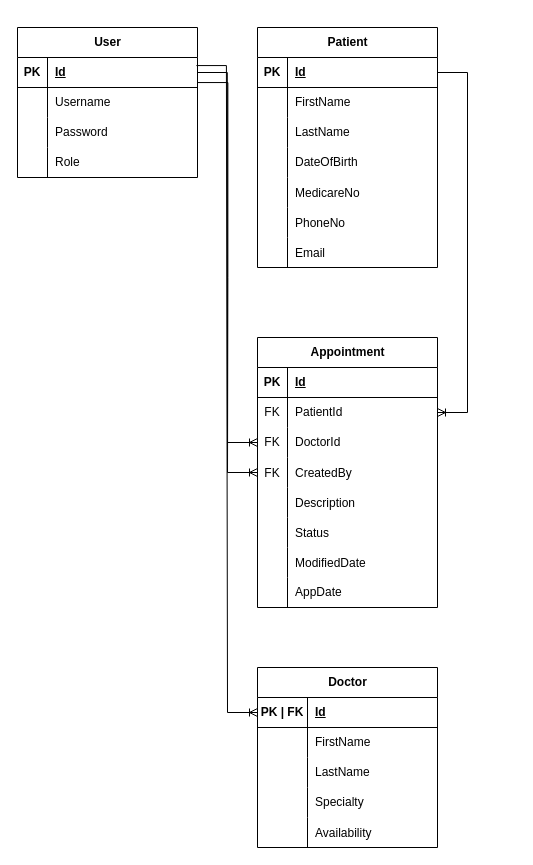
Before: ClinicMgmtApp_ERD.drawio in Aoof/clinic-mgmt-app, a draw.io diagram. Source tidied: cells renumbered, new cells numbered last; positions are measured from the earlier drawing's top-left corner, leaving out a move shared by most shapes. Both pictures are drawn from the tidied source at 100%, with x=0, y=0 at pixel (17, 27).
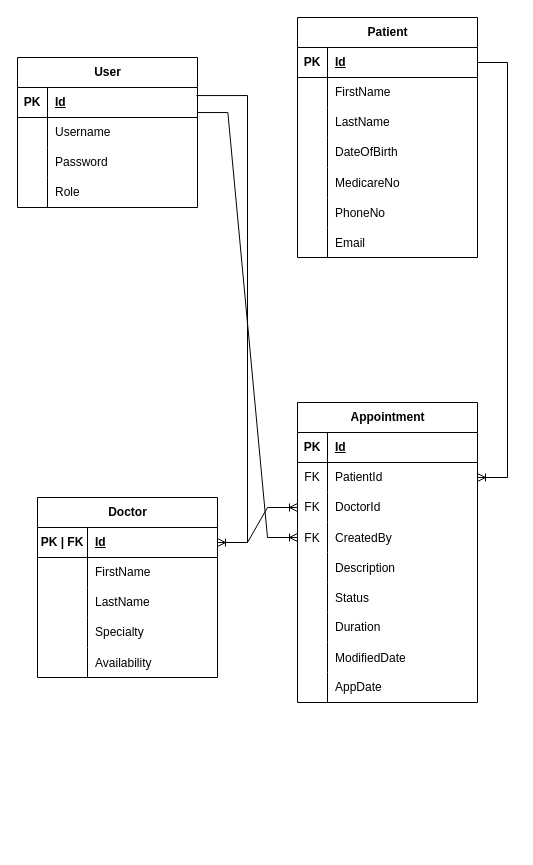
The same diagram, later.

Commit message (it also covers changes not shown here):
Included Diagrams and some minor changes to the AdminDashbaord

Unchanged cells that the change refers to:
```xml
<mxCell id="3" style="shape=tableRow;horizontal=0;startSize=0;swimlaneHead=0;swimlaneBody=0;fillColor=none;points=[[0,0.5],[1,0.5]];portConstraint=eastwest;top=0;left=0;right=0;bottom=1;" parent="2" vertex="1">
  <mxGeometry y="30" width="180" height="30" as="geometry" />
</mxCell>
<mxCell id="44" style="shape=tableRow;horizontal=0;startSize=0;swimlaneHead=0;swimlaneBody=0;fillColor=none;points=[[0,0.5],[1,0.5]];portConstraint=eastwest;top=0;left=0;right=0;bottom=0;" parent="37" vertex="1">
  <mxGeometry y="90" width="180" height="30" as="geometry" />
</mxCell>
<mxCell id="47" style="shape=tableRow;horizontal=0;startSize=0;swimlaneHead=0;swimlaneBody=0;fillColor=none;points=[[0,0.5],[1,0.5]];portConstraint=eastwest;top=0;left=0;right=0;bottom=0;" parent="37" vertex="1">
  <mxGeometry y="120" width="180" height="30" as="geometry" />
</mxCell>
```

Diff of the diagram source:
```diff
@@
     <mxCell id="2" value="User" style="shape=table;startSize=30;childLayout=tableLayout;rowLines=0;fontStyle=1;align=center;html=1;" parent="1" vertex="1">
-      <mxGeometry width="180" height="150" as="geometry" />
+      <mxGeometry y="30" width="180" height="150" as="geometry" />
     </mxCell>
@@
     <mxCell id="15" value="Patient" style="shape=table;startSize=30;childLayout=tableLayout;rowLines=0;fontStyle=1;align=center;html=1;" parent="1" vertex="1">
-      <mxGeometry x="240" width="180" height="240" as="geometry" />
+      <mxGeometry x="280" y="-10" width="180" height="240" as="geometry" />
     </mxCell>
@@
     <mxCell id="37" value="Appointment" style="shape=table;startSize=30;childLayout=tableLayout;rowLines=0;fontStyle=1;align=center;html=1;" parent="1" vertex="1">
-      <mxGeometry x="240" y="310" width="180" height="270" as="geometry" />
+      <mxGeometry x="280" y="375" width="180" height="300" as="geometry" />
     </mxCell>
@@
+    <mxCell id="82" style="shape=tableRow;horizontal=0;startSize=0;swimlaneHead=0;swimlaneBody=0;fillColor=none;top=0;left=0;right=0;bottom=0;" parent="37" vertex="1">
+      <mxGeometry y="210" width="180" height="30" as="geometry" />
+    </mxCell>
+    <mxCell id="83" style="shape=partialRectangle;fillColor=none;top=0;left=0;bottom=0;right=0;fontStyle=0;overflow=hidden;whiteSpace=wrap;html=1;" parent="82" vertex="1">
+      <mxGeometry width="30" height="30" as="geometry" />
+    </mxCell>
+    <mxCell id="84" value="Duration" style="shape=partialRectangle;fillColor=none;top=0;left=0;bottom=0;right=0;align=left;spacingLeft=6;fontStyle=0;overflow=hidden;whiteSpace=wrap;html=1;" parent="82" vertex="1">
+      <mxGeometry x="30" width="150" height="30" as="geometry" />
+    </mxCell>
     <mxCell id="56" style="shape=tableRow;horizontal=0;startSize=0;swimlaneHead=0;swimlaneBody=0;fillColor=none;top=0;left=0;right=0;bottom=0;" parent="37" vertex="1">
-      <mxGeometry y="210" width="180" height="30" as="geometry" />
+      <mxGeometry y="240" width="180" height="30" as="geometry" />
     </mxCell>
@@
     <mxCell id="59" style="shape=tableRow;horizontal=0;startSize=0;swimlaneHead=0;swimlaneBody=0;fillColor=none;top=0;left=0;right=0;bottom=0;" parent="37" vertex="1">
-      <mxGeometry y="240" width="180" height="30" as="geometry" />
+      <mxGeometry y="270" width="180" height="30" as="geometry" />
     </mxCell>
@@
-    <mxCell id="62" style="edgeStyle=entityRelationEdgeStyle;fontSize=12;html=1;endArrow=ERoneToMany;rounded=0;" parent="1" edge="1" target="44">
-      <mxGeometry relative="1" as="geometry">
-        <mxPoint x="179.8" y="45" as="sourcePoint" />
-      </mxGeometry>
+    <mxCell id="62" style="edgeStyle=entityRelationEdgeStyle;fontSize=12;html=1;endArrow=ERoneToMany;rounded=0;exitX=1;exitY=0.25;exitDx=0;exitDy=0;entryX=0;entryY=0.5;entryDx=0;entryDy=0;" parent="1" edge="1" source="65" target="44">
+      <mxGeometry relative="1" as="geometry" />
     </mxCell>
@@
-    <mxCell id="64" style="edgeStyle=entityRelationEdgeStyle;fontSize=12;html=1;endArrow=ERoneToMany;rounded=0;exitX=1.002;exitY=0.835;exitDx=0;exitDy=0;exitPerimeter=0;" parent="1" edge="1" source="3" target="47">
-      <mxGeometry relative="1" as="geometry" />
+    <mxCell id="64" style="edgeStyle=entityRelationEdgeStyle;fontSize=12;html=1;endArrow=ERoneToMany;rounded=0;exitX=1.002;exitY=0.835;exitDx=0;exitDy=0;exitPerimeter=0;" parent="1" edge="1" source="3">
+      <mxGeometry relative="1" as="geometry">
+        <mxPoint x="280" y="510" as="targetPoint" />
+      </mxGeometry>
     </mxCell>
     <mxCell id="65" value="Doctor" style="shape=table;startSize=30;childLayout=tableLayout;rowLines=0;fontStyle=1;align=center;html=1;" parent="1" vertex="1">
-      <mxGeometry x="240" y="640" width="180" height="180" as="geometry" />
+      <mxGeometry x="20" y="470" width="180" height="180" as="geometry" />
     </mxCell>
```
